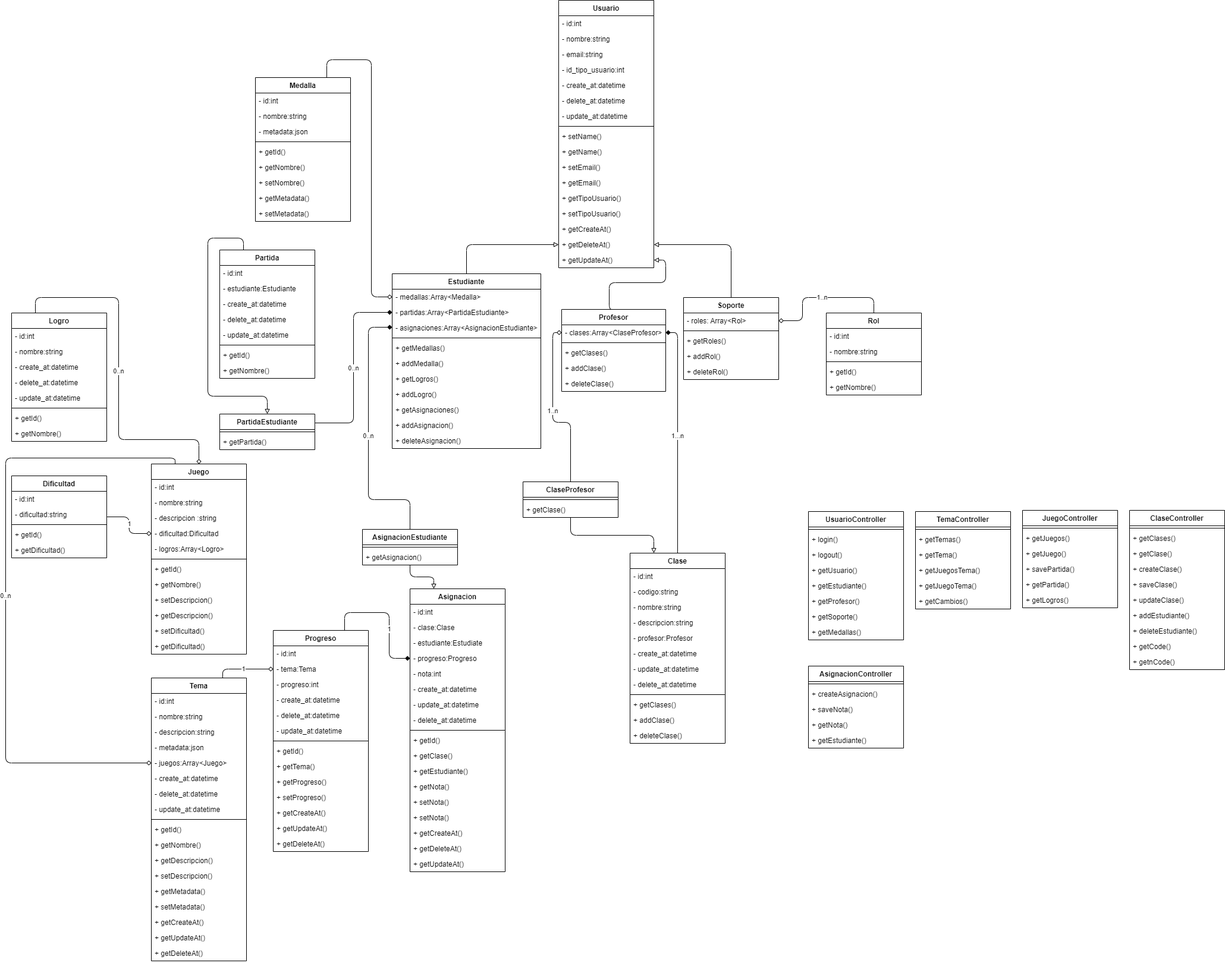
The draw.io diagram diagrama_clases.png in cresb-49/Ateproyecto_TEO2, before a commit. Source tidied: cells renumbered, new cells last; positions are measured from the earlier drawing's top-left corner, leaving out a move shared by most shapes.
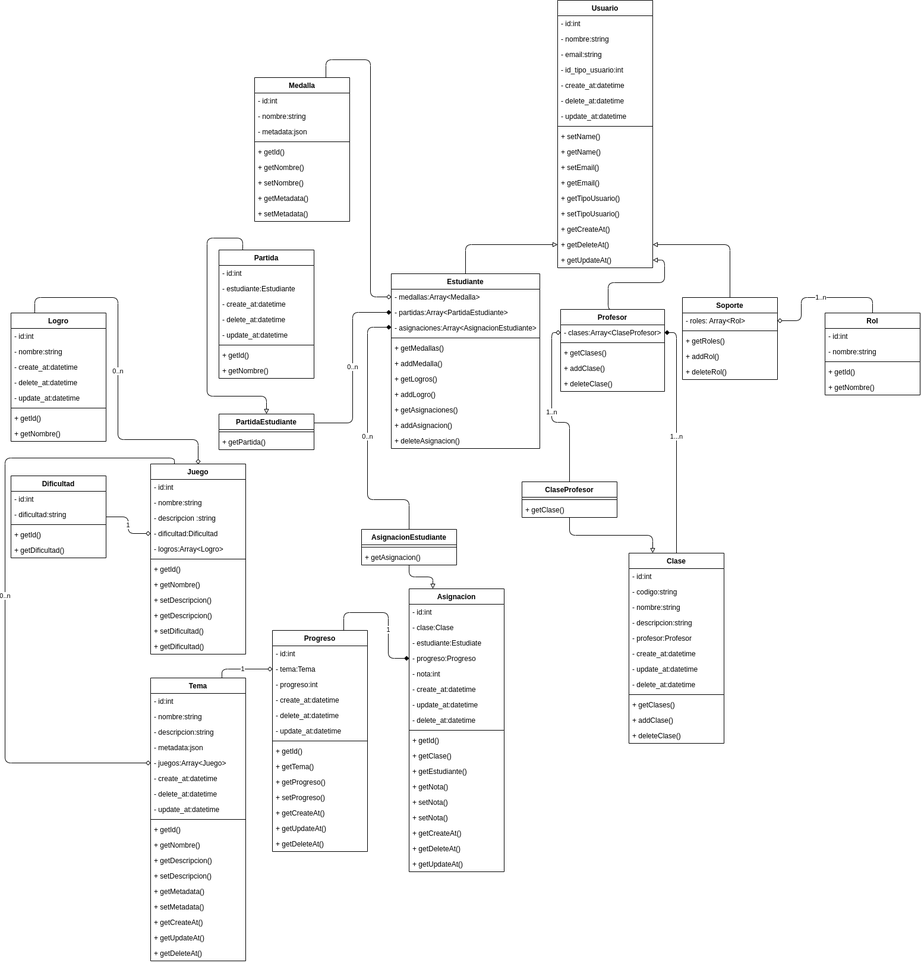
Later version of the same file.

Commit message:
Update class diagram

Diff of the diagram source:
```diff
@@ -620,125 +620,5 @@
     <mxCell id="188" value="+ getDeleteAt()" style="text;strokeColor=none;fillColor=none;align=left;verticalAlign=top;spacingLeft=4;spacingRight=4;overflow=hidden;" parent="170" vertex="1">
       <mxGeometry y="450" width="160" height="26" as="geometry" />
     </mxCell>
-    <mxCell id="189" value="UsuarioController" style="swimlane;fontStyle=1;align=center;verticalAlign=top;horizontal=1;startSize=26;labelBorderColor=none;" parent="1" vertex="1">
-      <mxGeometry x="1350" y="860" width="160" height="216" as="geometry" />
-    </mxCell>
-    <mxCell id="190" style="line;strokeWidth=1;fillColor=none;align=left;verticalAlign=middle;spacingTop=-1;spacingLeft=3;spacingRight=3;labelPosition=right;strokeColor=inherit;labelBorderColor=none;" parent="189" vertex="1">
-      <mxGeometry y="26" width="160" height="8" as="geometry" />
-    </mxCell>
-    <mxCell id="191" value="+ login()" style="text;strokeColor=none;fillColor=none;align=left;verticalAlign=top;spacingLeft=4;spacingRight=4;overflow=hidden;labelBorderColor=none;" parent="189" vertex="1">
-      <mxGeometry y="34" width="160" height="26" as="geometry" />
-    </mxCell>
-    <mxCell id="192" value="+ logout()" style="text;strokeColor=none;fillColor=none;align=left;verticalAlign=top;spacingLeft=4;spacingRight=4;overflow=hidden;labelBorderColor=none;" parent="189" vertex="1">
-      <mxGeometry y="60" width="160" height="26" as="geometry" />
-    </mxCell>
-    <mxCell id="193" value="+ getUsuario()" style="text;strokeColor=none;fillColor=none;align=left;verticalAlign=top;spacingLeft=4;spacingRight=4;overflow=hidden;labelBorderColor=none;" parent="189" vertex="1">
-      <mxGeometry y="86" width="160" height="26" as="geometry" />
-    </mxCell>
-    <mxCell id="194" value="+ getEstudiante()" style="text;strokeColor=none;fillColor=none;align=left;verticalAlign=top;spacingLeft=4;spacingRight=4;overflow=hidden;labelBorderColor=none;" parent="189" vertex="1">
-      <mxGeometry y="112" width="160" height="26" as="geometry" />
-    </mxCell>
-    <mxCell id="195" value="+ getProfesor()" style="text;strokeColor=none;fillColor=none;align=left;verticalAlign=top;spacingLeft=4;spacingRight=4;overflow=hidden;labelBorderColor=none;" parent="189" vertex="1">
-      <mxGeometry y="138" width="160" height="26" as="geometry" />
-    </mxCell>
-    <mxCell id="196" value="+ getSoporte()" style="text;strokeColor=none;fillColor=none;align=left;verticalAlign=top;spacingLeft=4;spacingRight=4;overflow=hidden;labelBorderColor=none;" parent="189" vertex="1">
-      <mxGeometry y="164" width="160" height="26" as="geometry" />
-    </mxCell>
-    <mxCell id="197" value="+ getMedallas()" style="text;strokeColor=none;fillColor=none;align=left;verticalAlign=top;spacingLeft=4;spacingRight=4;overflow=hidden;labelBorderColor=none;" parent="189" vertex="1">
-      <mxGeometry y="190" width="160" height="26" as="geometry" />
-    </mxCell>
-    <mxCell id="198" value="TemaController" style="swimlane;fontStyle=1;align=center;verticalAlign=top;horizontal=1;startSize=26;labelBorderColor=none;" parent="1" vertex="1">
-      <mxGeometry x="1530" y="860" width="160" height="164" as="geometry" />
-    </mxCell>
-    <mxCell id="199" style="line;strokeWidth=1;fillColor=none;align=left;verticalAlign=middle;spacingTop=-1;spacingLeft=3;spacingRight=3;labelPosition=right;strokeColor=inherit;labelBorderColor=none;" parent="198" vertex="1">
-      <mxGeometry y="26" width="160" height="8" as="geometry" />
-    </mxCell>
-    <mxCell id="200" value="+ getTemas()" style="text;strokeColor=none;fillColor=none;align=left;verticalAlign=top;spacingLeft=4;spacingRight=4;overflow=hidden;labelBorderColor=none;" parent="198" vertex="1">
-      <mxGeometry y="34" width="160" height="26" as="geometry" />
-    </mxCell>
-    <mxCell id="201" value="+ getTema()" style="text;strokeColor=none;fillColor=none;align=left;verticalAlign=top;spacingLeft=4;spacingRight=4;overflow=hidden;labelBorderColor=none;" parent="198" vertex="1">
-      <mxGeometry y="60" width="160" height="26" as="geometry" />
-    </mxCell>
-    <mxCell id="202" value="+ getJuegosTema()" style="text;strokeColor=none;fillColor=none;align=left;verticalAlign=top;spacingLeft=4;spacingRight=4;overflow=hidden;labelBorderColor=none;" parent="198" vertex="1">
-      <mxGeometry y="86" width="160" height="26" as="geometry" />
-    </mxCell>
-    <mxCell id="203" value="+ getJuegoTema()" style="text;strokeColor=none;fillColor=none;align=left;verticalAlign=top;spacingLeft=4;spacingRight=4;overflow=hidden;labelBorderColor=none;" parent="198" vertex="1">
-      <mxGeometry y="112" width="160" height="26" as="geometry" />
-    </mxCell>
-    <mxCell id="204" value="+ getCambios()" style="text;strokeColor=none;fillColor=none;align=left;verticalAlign=top;spacingLeft=4;spacingRight=4;overflow=hidden;labelBorderColor=none;" parent="198" vertex="1">
-      <mxGeometry y="138" width="160" height="26" as="geometry" />
-    </mxCell>
-    <mxCell id="205" value="JuegoController" style="swimlane;fontStyle=1;align=center;verticalAlign=top;horizontal=1;startSize=26;labelBorderColor=none;" parent="1" vertex="1">
-      <mxGeometry x="1710" y="858" width="160" height="164" as="geometry" />
-    </mxCell>
-    <mxCell id="206" style="line;strokeWidth=1;fillColor=none;align=left;verticalAlign=middle;spacingTop=-1;spacingLeft=3;spacingRight=3;labelPosition=right;strokeColor=inherit;labelBorderColor=none;" parent="205" vertex="1">
-      <mxGeometry y="26" width="160" height="8" as="geometry" />
-    </mxCell>
-    <mxCell id="207" value="+ getJuegos()" style="text;strokeColor=none;fillColor=none;align=left;verticalAlign=top;spacingLeft=4;spacingRight=4;overflow=hidden;labelBorderColor=none;" parent="205" vertex="1">
-      <mxGeometry y="34" width="160" height="26" as="geometry" />
-    </mxCell>
-    <mxCell id="208" value="+ getJuego()" style="text;strokeColor=none;fillColor=none;align=left;verticalAlign=top;spacingLeft=4;spacingRight=4;overflow=hidden;labelBorderColor=none;" parent="205" vertex="1">
-      <mxGeometry y="60" width="160" height="26" as="geometry" />
-    </mxCell>
-    <mxCell id="209" value="+ savePartida()" style="text;strokeColor=none;fillColor=none;align=left;verticalAlign=top;spacingLeft=4;spacingRight=4;overflow=hidden;labelBorderColor=none;" parent="205" vertex="1">
-      <mxGeometry y="86" width="160" height="26" as="geometry" />
-    </mxCell>
-    <mxCell id="210" value="+ getPartida()" style="text;strokeColor=none;fillColor=none;align=left;verticalAlign=top;spacingLeft=4;spacingRight=4;overflow=hidden;labelBorderColor=none;" parent="205" vertex="1">
-      <mxGeometry y="112" width="160" height="26" as="geometry" />
-    </mxCell>
-    <mxCell id="211" value="+ getLogros()" style="text;strokeColor=none;fillColor=none;align=left;verticalAlign=top;spacingLeft=4;spacingRight=4;overflow=hidden;labelBorderColor=none;" parent="205" vertex="1">
-      <mxGeometry y="138" width="160" height="26" as="geometry" />
-    </mxCell>
-    <mxCell id="212" value="ClaseController" style="swimlane;fontStyle=1;align=center;verticalAlign=top;horizontal=1;startSize=26;labelBorderColor=none;" parent="1" vertex="1">
-      <mxGeometry x="1890" y="858" width="160" height="268" as="geometry" />
-    </mxCell>
-    <mxCell id="213" style="line;strokeWidth=1;fillColor=none;align=left;verticalAlign=middle;spacingTop=-1;spacingLeft=3;spacingRight=3;labelPosition=right;strokeColor=inherit;labelBorderColor=none;" parent="212" vertex="1">
-      <mxGeometry y="26" width="160" height="8" as="geometry" />
-    </mxCell>
-    <mxCell id="214" value="+ getClases()" style="text;strokeColor=none;fillColor=none;align=left;verticalAlign=top;spacingLeft=4;spacingRight=4;overflow=hidden;labelBorderColor=none;" parent="212" vertex="1">
-      <mxGeometry y="34" width="160" height="26" as="geometry" />
-    </mxCell>
-    <mxCell id="215" value="+ getClase()" style="text;strokeColor=none;fillColor=none;align=left;verticalAlign=top;spacingLeft=4;spacingRight=4;overflow=hidden;labelBorderColor=none;" parent="212" vertex="1">
-      <mxGeometry y="60" width="160" height="26" as="geometry" />
-    </mxCell>
-    <mxCell id="216" value="+ createClase()" style="text;strokeColor=none;fillColor=none;align=left;verticalAlign=top;spacingLeft=4;spacingRight=4;overflow=hidden;labelBorderColor=none;" parent="212" vertex="1">
-      <mxGeometry y="86" width="160" height="26" as="geometry" />
-    </mxCell>
-    <mxCell id="217" value="+ saveClase()" style="text;strokeColor=none;fillColor=none;align=left;verticalAlign=top;spacingLeft=4;spacingRight=4;overflow=hidden;labelBorderColor=none;" parent="212" vertex="1">
-      <mxGeometry y="112" width="160" height="26" as="geometry" />
-    </mxCell>
-    <mxCell id="218" value="+ updateClase()" style="text;strokeColor=none;fillColor=none;align=left;verticalAlign=top;spacingLeft=4;spacingRight=4;overflow=hidden;labelBorderColor=none;" parent="212" vertex="1">
-      <mxGeometry y="138" width="160" height="26" as="geometry" />
-    </mxCell>
-    <mxCell id="219" value="+ addEstudiante()" style="text;strokeColor=none;fillColor=none;align=left;verticalAlign=top;spacingLeft=4;spacingRight=4;overflow=hidden;labelBorderColor=none;" parent="212" vertex="1">
-      <mxGeometry y="164" width="160" height="26" as="geometry" />
-    </mxCell>
-    <mxCell id="220" value="+ deleteEstudiante()" style="text;strokeColor=none;fillColor=none;align=left;verticalAlign=top;spacingLeft=4;spacingRight=4;overflow=hidden;labelBorderColor=none;" parent="212" vertex="1">
-      <mxGeometry y="190" width="160" height="26" as="geometry" />
-    </mxCell>
-    <mxCell id="221" value="+ getCode()" style="text;strokeColor=none;fillColor=none;align=left;verticalAlign=top;spacingLeft=4;spacingRight=4;overflow=hidden;labelBorderColor=none;" parent="212" vertex="1">
-      <mxGeometry y="216" width="160" height="26" as="geometry" />
-    </mxCell>
-    <mxCell id="222" value="+ getnCode()" style="text;strokeColor=none;fillColor=none;align=left;verticalAlign=top;spacingLeft=4;spacingRight=4;overflow=hidden;labelBorderColor=none;" parent="212" vertex="1">
-      <mxGeometry y="242" width="160" height="26" as="geometry" />
-    </mxCell>
-    <mxCell id="223" value="AsignacionController" style="swimlane;fontStyle=1;align=center;verticalAlign=top;horizontal=1;startSize=26;labelBorderColor=none;" parent="1" vertex="1">
-      <mxGeometry x="1350" y="1120" width="160" height="138" as="geometry" />
-    </mxCell>
-    <mxCell id="224" style="line;strokeWidth=1;fillColor=none;align=left;verticalAlign=middle;spacingTop=-1;spacingLeft=3;spacingRight=3;labelPosition=right;strokeColor=inherit;labelBorderColor=none;" parent="223" vertex="1">
-      <mxGeometry y="26" width="160" height="8" as="geometry" />
-    </mxCell>
-    <mxCell id="225" value="+ createAsignacion()" style="text;strokeColor=none;fillColor=none;align=left;verticalAlign=top;spacingLeft=4;spacingRight=4;overflow=hidden;labelBorderColor=none;" parent="223" vertex="1">
-      <mxGeometry y="34" width="160" height="26" as="geometry" />
-    </mxCell>
-    <mxCell id="226" value="+ saveNota()" style="text;strokeColor=none;fillColor=none;align=left;verticalAlign=top;spacingLeft=4;spacingRight=4;overflow=hidden;labelBorderColor=none;" parent="223" vertex="1">
-      <mxGeometry y="60" width="160" height="26" as="geometry" />
-    </mxCell>
-    <mxCell id="227" value="+ getNota()" style="text;strokeColor=none;fillColor=none;align=left;verticalAlign=top;spacingLeft=4;spacingRight=4;overflow=hidden;labelBorderColor=none;" parent="223" vertex="1">
-      <mxGeometry y="86" width="160" height="26" as="geometry" />
-    </mxCell>
-    <mxCell id="228" value="+ getEstudiante()" style="text;strokeColor=none;fillColor=none;align=left;verticalAlign=top;spacingLeft=4;spacingRight=4;overflow=hidden;labelBorderColor=none;" parent="223" vertex="1">
-      <mxGeometry y="112" width="160" height="26" as="geometry" />
-    </mxCell>
   </root>
 </mxGraphModel>
```
